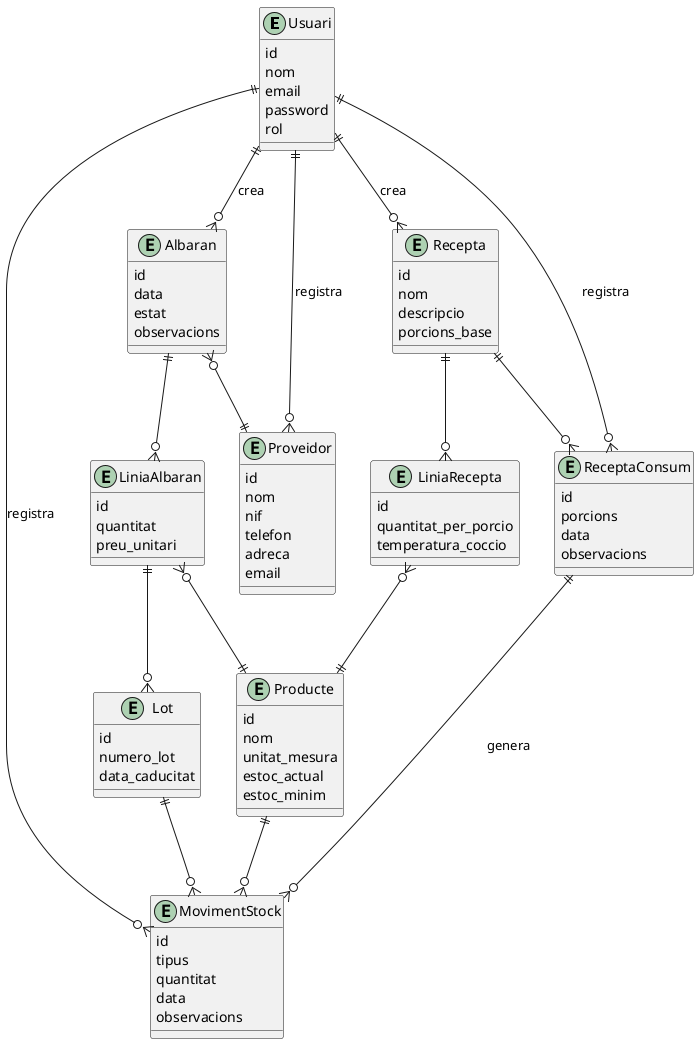
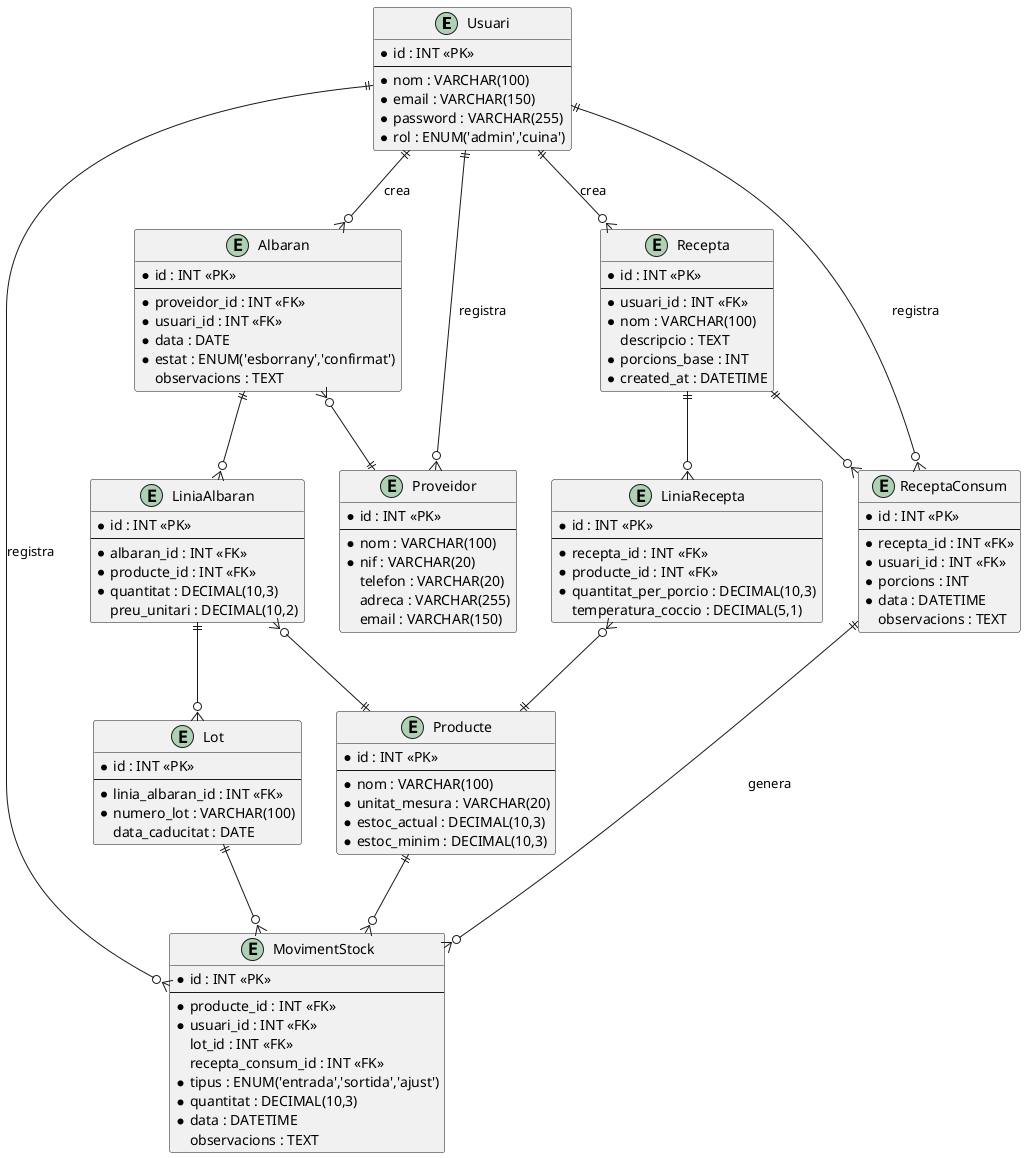
- "@startuml vitalis"
+ @startuml vitalis
entity "Usuari" as Usuari {
-   id
-   nom
-   email
-   password
-   rol
+   * id : INT <<PK>>
+   --
+   * nom : VARCHAR(100)
+   * email : VARCHAR(150)
+   * password : VARCHAR(255)
+   * rol : ENUM('admin','cuina')
}
+ 
entity "Albaran" as Albaran {
-   id
-   data
-   estat
-   observacions
+   * id : INT <<PK>>
+   --
+   * proveidor_id : INT <<FK>>
+   * usuari_id : INT <<FK>>
+   * data : DATE
+   * estat : ENUM('esborrany','confirmat')
+   observacions : TEXT
}
+ 
entity "Proveidor" as Proveidor {
-   id
-   nom
-   nif
-   telefon
-   adreca
-   email
+   * id : INT <<PK>>
+   --
+   * nom : VARCHAR(100)
+   * nif : VARCHAR(20)
+   telefon : VARCHAR(20)
+   adreca : VARCHAR(255)
+   email : VARCHAR(150)
}
+ 
entity "LiniaAlbaran" as LiniaAlbaran {
-   id
-   quantitat
-   preu_unitari
+   * id : INT <<PK>>
+   --
+   * albaran_id : INT <<FK>>
+   * producte_id : INT <<FK>>
+   * quantitat : DECIMAL(10,3)
+   preu_unitari : DECIMAL(10,2)
}
+ 
entity "Producte" as Producte {
-   id
-   nom
-   unitat_mesura
-   estoc_actual
-   estoc_minim
+   * id : INT <<PK>>
+   --
+   * nom : VARCHAR(100)
+   * unitat_mesura : VARCHAR(20)
+   * estoc_actual : DECIMAL(10,3)
+   * estoc_minim : DECIMAL(10,3)
}
+ 
entity "Lot" as Lot {
-   id
-   numero_lot
-   data_caducitat
+   * id : INT <<PK>>
+   --
+   * linia_albaran_id : INT <<FK>>
+   * numero_lot : VARCHAR(100)
+   data_caducitat : DATE
}
+ 
entity "MovimentStock" as MovimentStock {
-   id
-   tipus
-   quantitat
-   data
-   observacions
+   * id : INT <<PK>>
+   --
+   * producte_id : INT <<FK>>
+   * usuari_id : INT <<FK>>
+   lot_id : INT <<FK>>
+   recepta_consum_id : INT <<FK>>
+   * tipus : ENUM('entrada','sortida','ajust')
+   * quantitat : DECIMAL(10,3)
+   * data : DATETIME
+   observacions : TEXT
}
+ 
entity "Recepta" as Recepta {
-   id
-   nom
-   descripcio
-   porcions_base
+   * id : INT <<PK>>
+   --
+   * usuari_id : INT <<FK>>
+   * nom : VARCHAR(100)
+   descripcio : TEXT
+   * porcions_base : INT
+   * created_at : DATETIME
}
+ 
entity "LiniaRecepta" as LiniaRecepta {
-   id
-   quantitat_per_porcio
-   temperatura_coccio
+   * id : INT <<PK>>
+   --
+   * recepta_id : INT <<FK>>
+   * producte_id : INT <<FK>>
+   * quantitat_per_porcio : DECIMAL(10,3)
+   temperatura_coccio : DECIMAL(5,1)
}
+ 
entity "ReceptaConsum" as ReceptaConsum {
-   id
-   porcions
-   data
-   observacions
+   * id : INT <<PK>>
+   --
+   * recepta_id : INT <<FK>>
+   * usuari_id : INT <<FK>>
+   * porcions : INT
+   * data : DATETIME
+   observacions : TEXT
}

' Relacions originals
Usuari ||--o{ Albaran : "crea"
Albaran }o--|| Proveidor : ""
Usuari ||--o{ Proveidor : "registra"
Albaran ||--o{ LiniaAlbaran : ""
LiniaAlbaran }o--|| Producte : ""
LiniaAlbaran ||--o{ Lot : ""

' Relacions d'estoc
Producte ||--o{ MovimentStock : ""
Lot ||--o{ MovimentStock : ""
Usuari ||--o{ MovimentStock : "registra"

' Relacions de receptes
Usuari ||--o{ Recepta : "crea"
Recepta ||--o{ LiniaRecepta : ""
LiniaRecepta }o--|| Producte : ""
Usuari ||--o{ ReceptaConsum : "registra"
Recepta ||--o{ ReceptaConsum : ""
ReceptaConsum ||--o{ MovimentStock : "genera"
+ 
@enduml